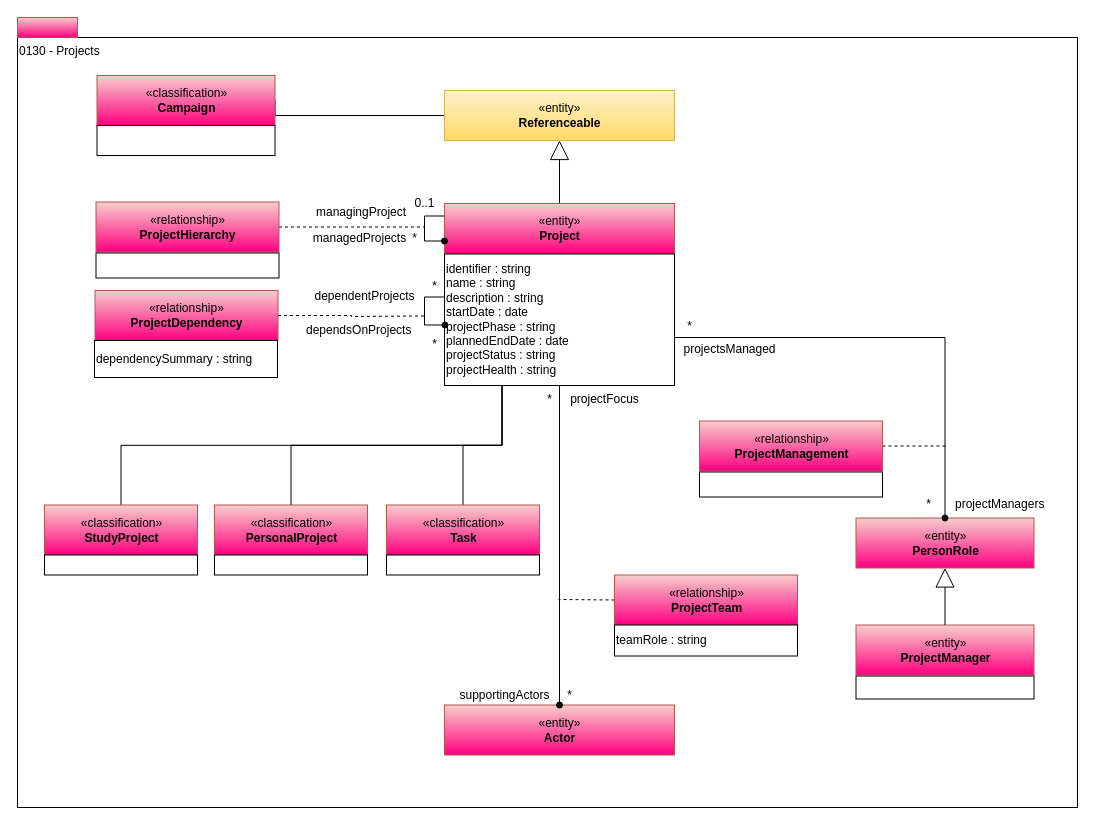
This is page "0130-Projects" (7 of 13) of site/docs/types/1/area-1-collaboration.drawio from odpi/egeria-docs, a draw.io file, before an edit. Source tidied: cells renumbered, new cells numbered last; positions are measured from the earlier drawing's top-left corner, leaving out a move shared by most shapes. Both pictures are drawn from the tidied source at 100%, with x=0, y=0 at pixel (17, 17).
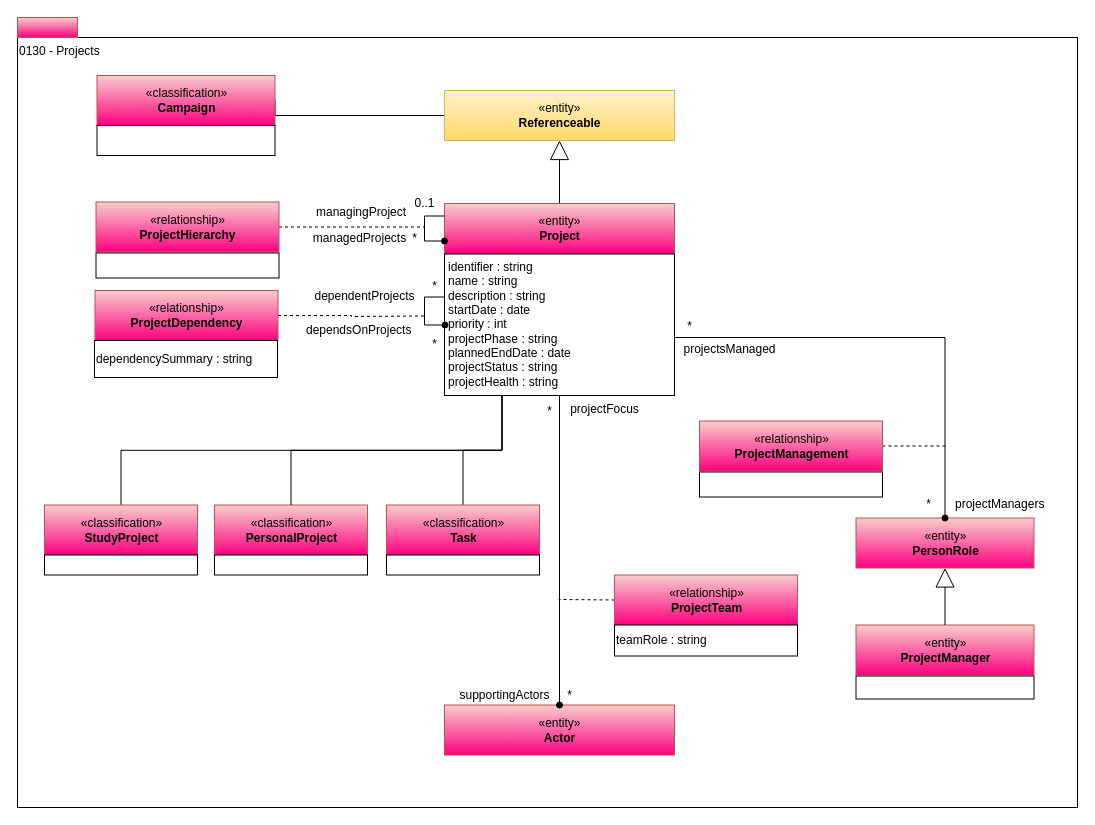
After the change.

The edit, as a diff of the source:
```diff
@@
-    <mxCell id="8" value="identifier : string&lt;br&gt;name : string&lt;br&gt;description : string&lt;br&gt;startDate : date&lt;div&gt;projectPhase : string&lt;br&gt;plannedEndDate : date&lt;br&gt;projectStatus : string&lt;div&gt;projectHealth : string&lt;/div&gt;&lt;/div&gt;" style="rounded=0;whiteSpace=wrap;html=1;align=left;" parent="1" vertex="1">
-      <mxGeometry x="427" y="236.5" width="230" height="131.5" as="geometry" />
+    <mxCell id="8" value="identifier : string&lt;br&gt;name : string&lt;br&gt;description : string&lt;br&gt;startDate : date&lt;div&gt;priority : int&lt;br&gt;&lt;div&gt;projectPhase : string&lt;br&gt;plannedEndDate : date&lt;br&gt;projectStatus : string&lt;div&gt;projectHealth : string&lt;/div&gt;&lt;/div&gt;&lt;/div&gt;" style="rounded=0;whiteSpace=wrap;html=1;align=left;spacingLeft=2;" parent="1" vertex="1">
+      <mxGeometry x="427" y="236.5" width="230" height="141.5" as="geometry" />
     </mxCell>
@@
     <mxCell id="34" value="*" style="text;html=1;align=center;verticalAlign=top;spacingTop=-4;" parent="1" vertex="1">
-      <mxGeometry x="522" y="372" width="20" height="20" as="geometry" />
+      <mxGeometry x="522" y="383.5" width="20" height="20" as="geometry" />
     </mxCell>
@@
     <mxCell id="36" value="projectFocus" style="text;html=1;align=center;verticalAlign=top;spacingTop=-4;" parent="1" vertex="1">
-      <mxGeometry x="547" y="372" width="80" height="20" as="geometry" />
+      <mxGeometry x="547" y="382" width="80" height="20" as="geometry" />
     </mxCell>
```
